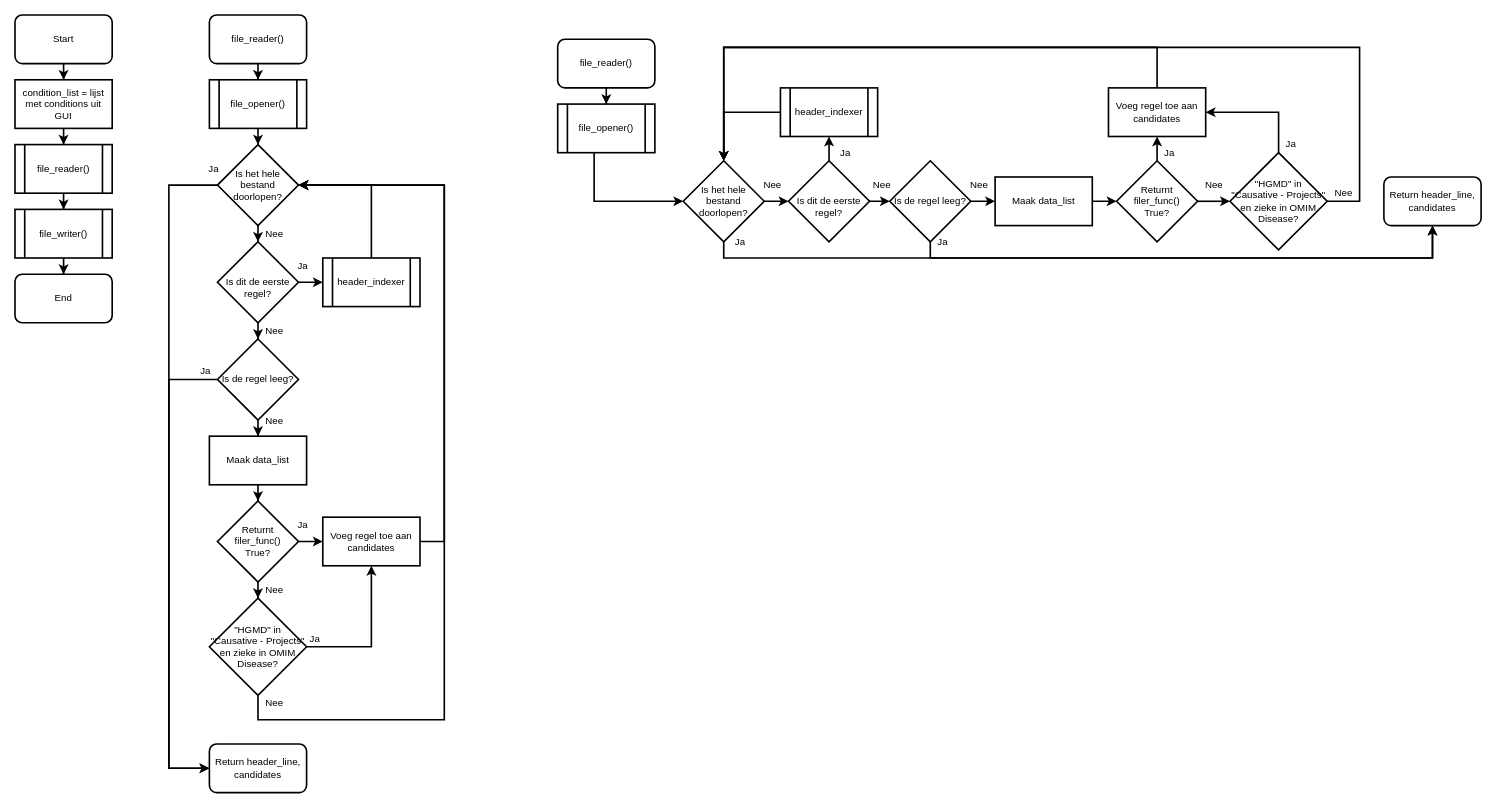
Above: Flowchart Filter.drawio in BramUt/Filterding (draw.io), before the change. Source tidied: cells renumbered, new cells numbered last; positions are measured from the earlier drawing's top-left corner, leaving out a move shared by most shapes. Both pictures are drawn from the tidied source at 81%, with x=0, y=0 at pixel (15, 15).
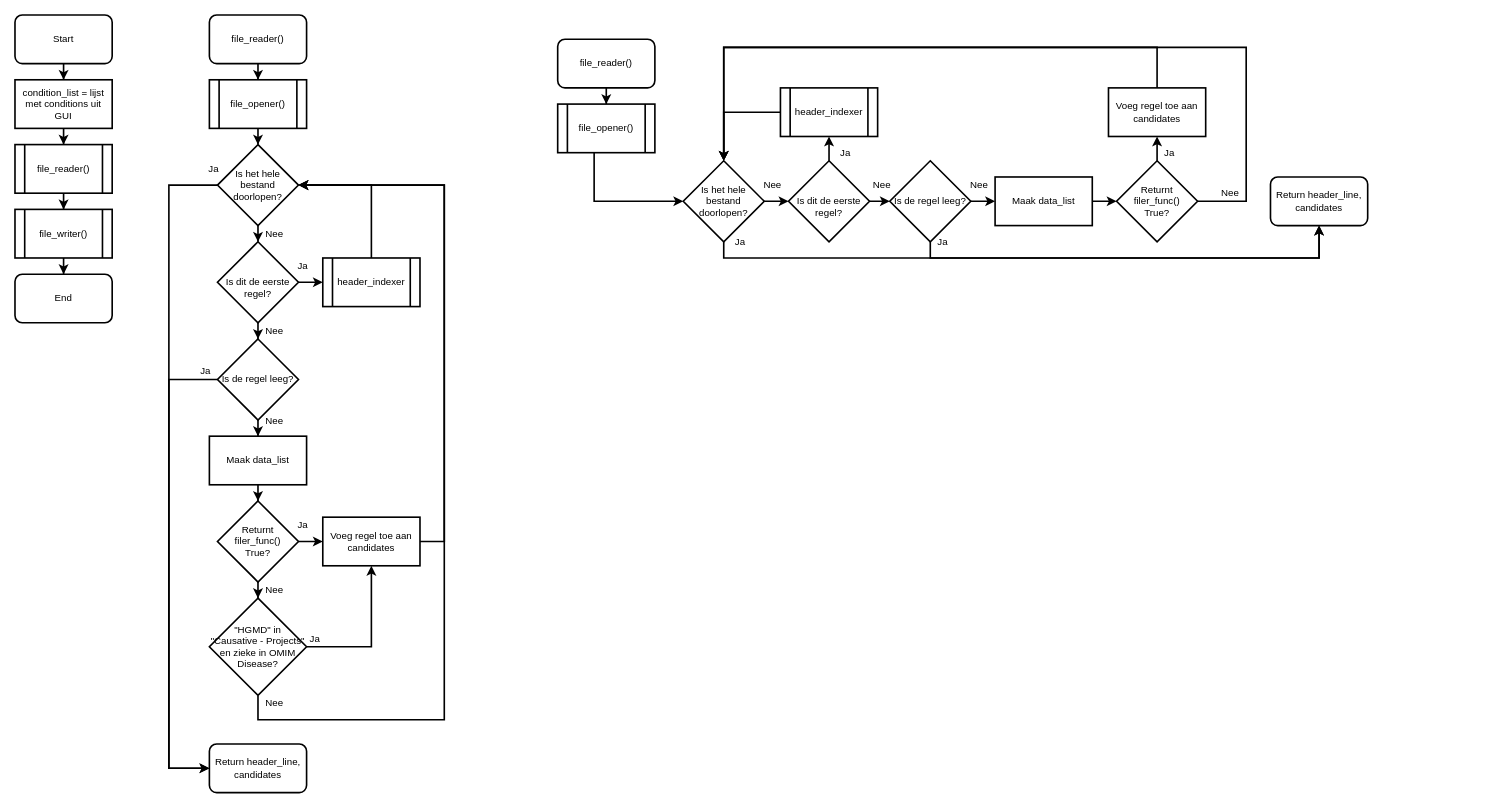
After the change.

The change refers to these unchanged cells:
```xml
<mxCell id="53" value="Is het hele bestand doorlopen?" style="rhombus;whiteSpace=wrap;html=1;strokeWidth=2;" parent="1" vertex="1">
  <mxGeometry x="825" y="180" width="100" height="100" as="geometry" />
</mxCell>
<mxCell id="56" value="Is de regel leeg?" style="rhombus;whiteSpace=wrap;html=1;strokeWidth=2;" parent="1" vertex="1">
  <mxGeometry x="1080" y="180" width="100" height="100" as="geometry" />
</mxCell>
<mxCell id="70" value="&lt;div&gt;Returnt filer_func() &lt;br&gt;&lt;/div&gt;&lt;div&gt;True?&lt;/div&gt;" style="rhombus;whiteSpace=wrap;html=1;strokeWidth=2;" parent="1" vertex="1">
  <mxGeometry x="1360" y="180" width="100" height="100" as="geometry" />
</mxCell>
<mxCell id="72" value="Voeg regel toe aan candidates" style="rounded=0;whiteSpace=wrap;html=1;strokeWidth=2;" parent="1" vertex="1">
  <mxGeometry x="1350" y="90" width="120" height="60" as="geometry" />
</mxCell>
```

Diff of the diagram source:
```diff
@@
     <mxCell id="51" style="edgeStyle=orthogonalEdgeStyle;rounded=0;jettySize=auto;html=1;entryX=0.5;entryY=1;entryDx=0;entryDy=0;strokeWidth=2;" parent="1" edge="1" source="53" target="65">
       <mxGeometry relative="1" as="geometry">
         <Array as="points">
           <mxPoint x="875" y="300" />
-          <mxPoint x="1750" y="300" />
+          <mxPoint x="1610" y="300" />
         </Array>
       </mxGeometry>
     </mxCell>
@@
     <mxCell id="55" style="edgeStyle=orthogonalEdgeStyle;rounded=0;jettySize=auto;html=1;entryX=0.5;entryY=1;entryDx=0;entryDy=0;strokeWidth=2;" parent="1" edge="1" source="56" target="65">
       <mxGeometry relative="1" as="geometry">
         <Array as="points">
           <mxPoint x="1130" y="300" />
-          <mxPoint x="1750" y="300" />
+          <mxPoint x="1610" y="300" />
         </Array>
       </mxGeometry>
     </mxCell>
@@
     <mxCell id="58" value="Nee" style="text;html=1;align=center;verticalAlign=middle;strokeWidth=2;" parent="1" vertex="1">
-      <mxGeometry x="1620" y="210" width="40" height="20" as="geometry" />
+      <mxGeometry x="1480" y="210" width="40" height="20" as="geometry" />
     </mxCell>
@@
     <mxCell id="65" value="Return header_line, candidates" style="rounded=1;whiteSpace=wrap;html=1;strokeWidth=2;" parent="1" vertex="1">
-      <mxGeometry x="1690" y="200" width="120" height="60" as="geometry" />
+      <mxGeometry x="1550" y="200" width="120" height="60" as="geometry" />
     </mxCell>
@@
-    <mxCell id="68" style="edgeStyle=orthogonalEdgeStyle;rounded=0;jettySize=auto;html=1;entryX=0;entryY=0.5;entryDx=0;entryDy=0;strokeWidth=2;" parent="1" edge="1" source="70" target="77">
-      <mxGeometry relative="1" as="geometry" />
-    </mxCell>
@@
-    <mxCell id="73" value="Nee" style="text;html=1;align=center;verticalAlign=middle;strokeWidth=2;" parent="1" vertex="1">
-      <mxGeometry x="1460" y="200" width="40" height="20" as="geometry" />
-    </mxCell>
@@
-    <mxCell id="75" style="edgeStyle=orthogonalEdgeStyle;rounded=0;jettySize=auto;html=1;entryX=1;entryY=0.5;entryDx=0;entryDy=0;strokeWidth=2;" parent="1" edge="1" source="77" target="72">
-      <mxGeometry relative="1" as="geometry">
-        <Array as="points">
-          <mxPoint x="1560" y="120" />
-        </Array>
-      </mxGeometry>
-    </mxCell>
-    <mxCell id="76" style="edgeStyle=orthogonalEdgeStyle;rounded=0;jettySize=auto;html=1;entryX=0.5;entryY=0;entryDx=0;entryDy=0;strokeWidth=2;" parent="1" edge="1" source="77" target="53">
+    <mxCell id="76" style="edgeStyle=orthogonalEdgeStyle;rounded=0;jettySize=auto;html=1;entryX=0.5;entryY=0;entryDx=0;entryDy=0;strokeWidth=2;exitX=1;exitY=0.5;exitDx=0;exitDy=0;" parent="1" edge="1" source="70" target="53">
       <mxGeometry relative="1" as="geometry">
         <Array as="points">
-          <mxPoint x="1660" y="230" />
-          <mxPoint x="1660" y="40" />
+          <mxPoint x="1520" y="230" />
+          <mxPoint x="1520" y="40" />
           <mxPoint x="875" y="40" />
         </Array>
       </mxGeometry>
     </mxCell>
-    <mxCell id="77" value="&lt;div&gt;&quot;HGMD&quot; in&lt;br&gt;&lt;/div&gt;&lt;div&gt;&quot;Causative - Projects&quot; en zieke in OMIM &lt;br&gt;&lt;/div&gt;&lt;div&gt;Disease?&lt;/div&gt;" style="rhombus;whiteSpace=wrap;html=1;strokeWidth=2;" parent="1" vertex="1">
-      <mxGeometry x="1500" y="170" width="120" height="120" as="geometry" />
-    </mxCell>
-    <mxCell id="78" value="Ja" style="text;html=1;align=center;verticalAlign=middle;strokeWidth=2;" parent="1" vertex="1">
-      <mxGeometry x="1560" y="150" width="30" height="20" as="geometry" />
-    </mxCell>
```
